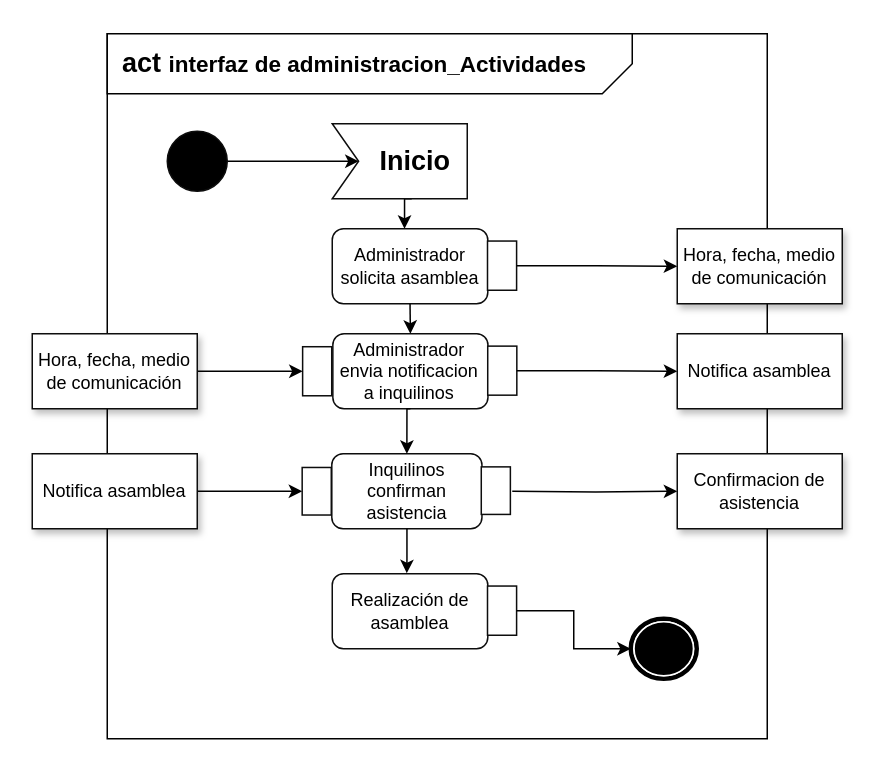
The draw.io diagram Untitled Diagram.drawio in mnivia/Administracion-unidades-cerradas, before the edit. Source tidied: cells renumbered, new cells numbered last; positions are measured from the earlier drawing's top-left corner, leaving out a move shared by most shapes. Both pictures are drawn from the tidied source at 150%, with x=0, y=0 at pixel (32, 33).
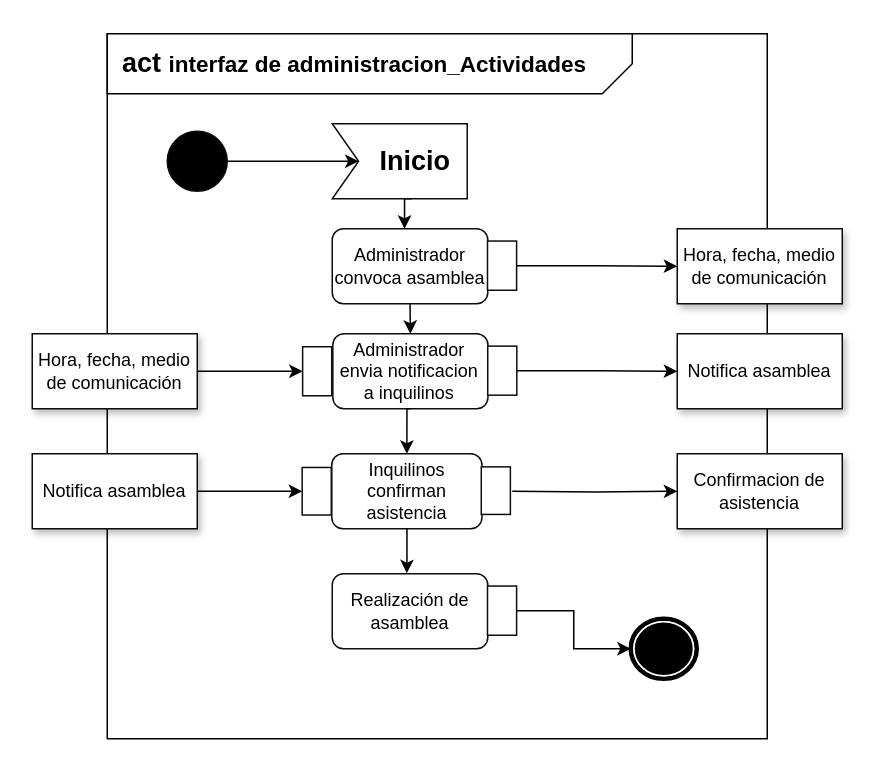
The same page after the edit.

Commit message:
Diagrama de actividades

The change refers to these unchanged cells:
```xml
<mxCell id="10" style="group;" parent="1" vertex="1">
  <mxGeometry x="200" y="130" width="130" height="50" as="geometry" />
</mxCell>
```

The edit, as a diff of the source:
```diff
@@
-    <mxCell id="11" value="Administrador solicita asamblea" style="rounded=1;whiteSpace=wrap;html=1;strokeColor=#0D0D0D;fillColor=#FFFFFF;" parent="10" vertex="1">
+    <mxCell id="11" value="Administrador convoca asamblea" style="rounded=1;whiteSpace=wrap;html=1;strokeColor=#0D0D0D;fillColor=#FFFFFF;" parent="10" vertex="1">
       <mxGeometry width="103.7" height="50" as="geometry" />
     </mxCell>
```
